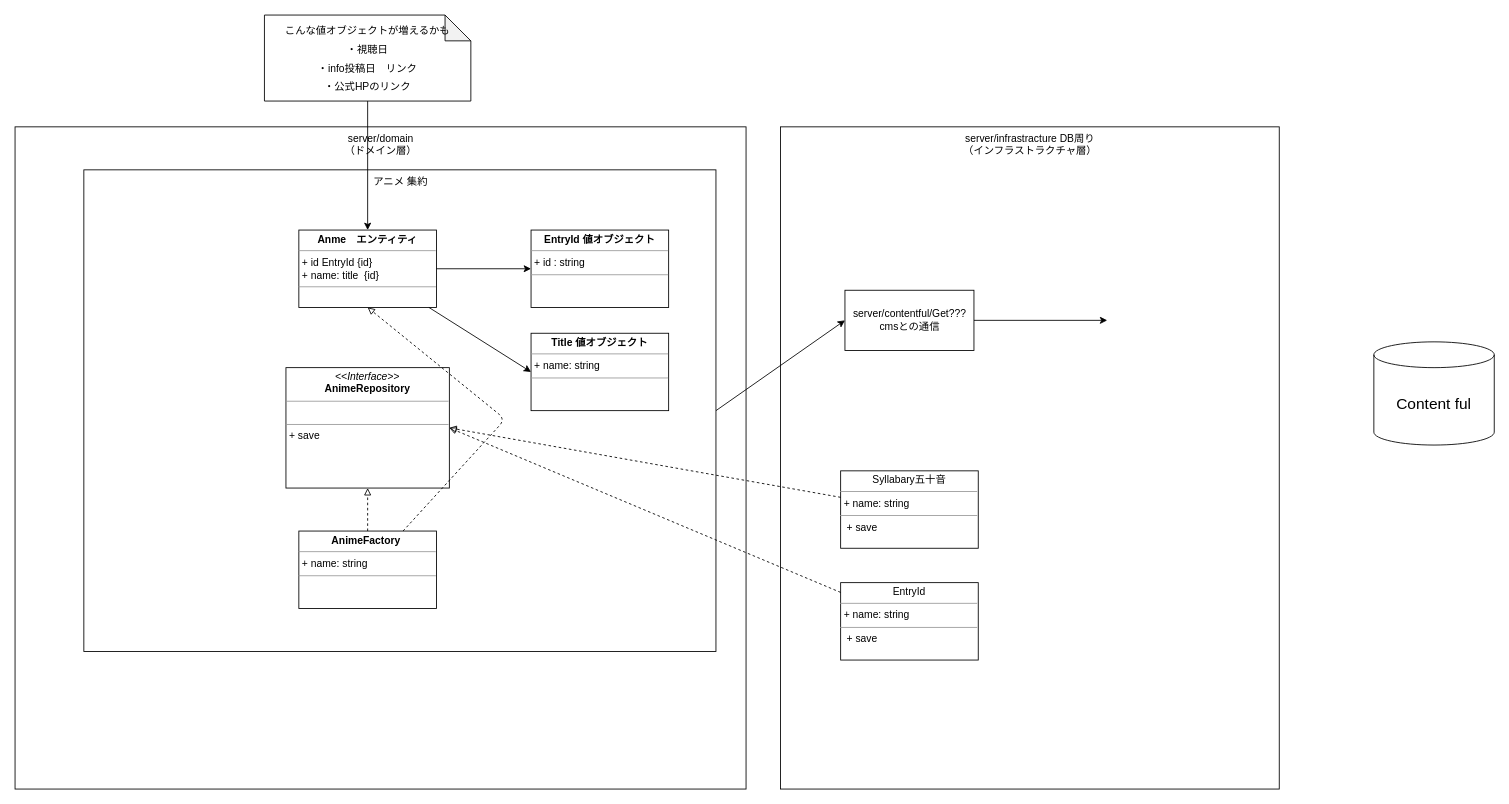
This is page "ページ2" (2 of 2) of docs/diagram.drawio from motoo1789/HP_Nuxt3, a draw.io file, before an edit. Source tidied: cells renumbered, new cells numbered last; positions are measured from the earlier drawing's top-left corner, leaving out a move shared by most shapes. Both pictures are drawn from the tidied source at 86%, with x=0, y=0 at pixel (15, 15).
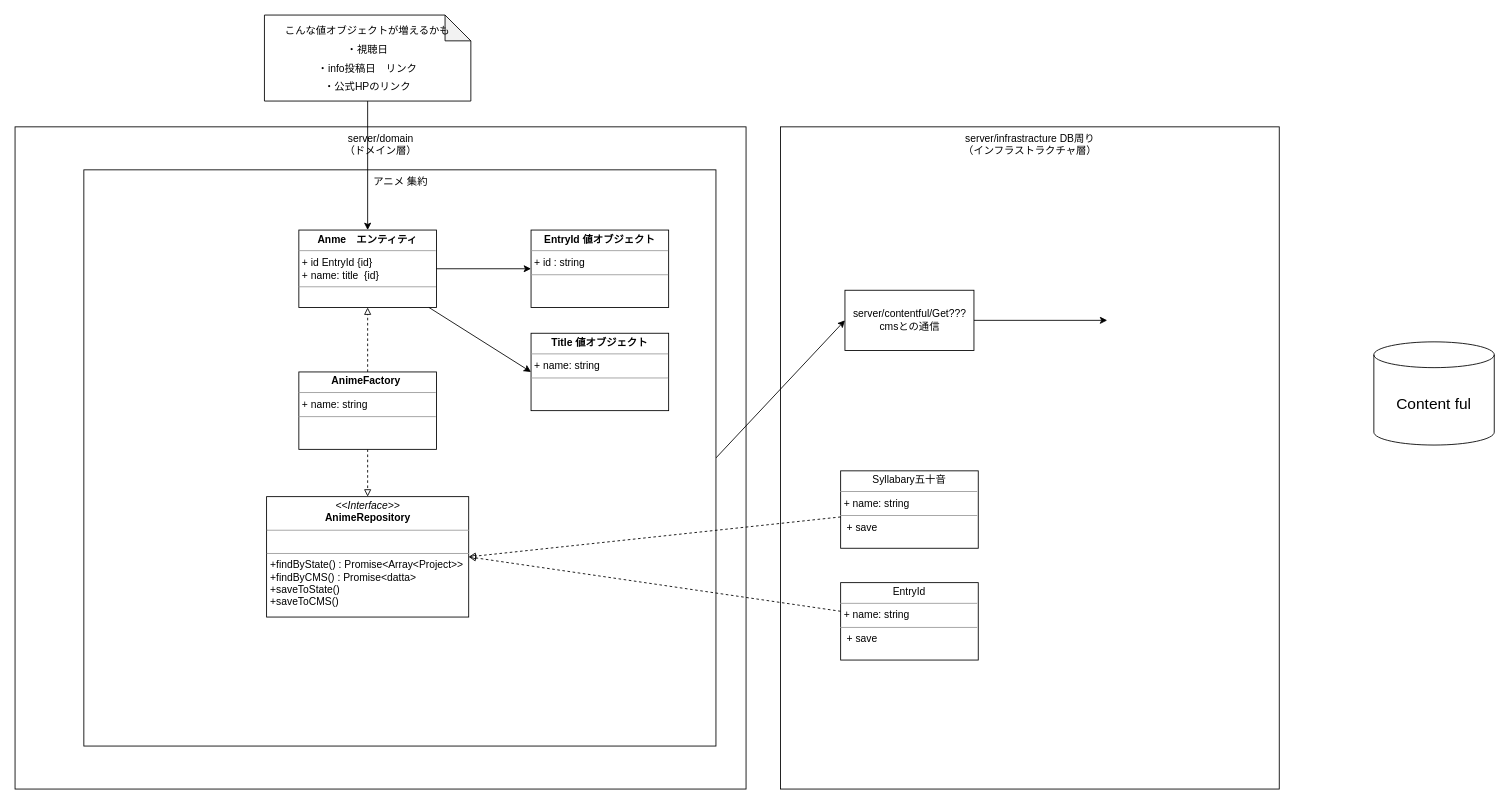
After the change.

Unchanged cells that the change refers to:
```xml
<mxCell id="12" value="&lt;p style=&quot;margin:0px;margin-top:4px;text-align:center;&quot;&gt;&lt;b&gt;Anme　エンティティ&lt;/b&gt;&lt;/p&gt;&lt;hr size=&quot;1&quot;&gt;&lt;p style=&quot;margin:0px;margin-left:4px;&quot;&gt;+ id EntryId {id}&lt;/p&gt;&lt;p style=&quot;margin:0px;margin-left:4px;&quot;&gt;+ name: title&amp;nbsp; {id}&lt;/p&gt;&lt;hr size=&quot;1&quot;&gt;&lt;p style=&quot;margin:0px;margin-left:4px;&quot;&gt;&lt;br&gt;&lt;/p&gt;" style="verticalAlign=top;align=left;overflow=fill;fontSize=12;fontFamily=Helvetica;html=1;" parent="1" vertex="1">
  <mxGeometry x="330" y="250" width="160" height="90" as="geometry" />
</mxCell>
```

The edit, as a diff of the source:
```diff
@@
     <mxCell id="11" value="アニメ 集約" style="html=1;verticalAlign=top;" parent="1" vertex="1">
-      <mxGeometry x="80" y="180" width="735" height="560" as="geometry" />
+      <mxGeometry x="80" y="180" width="735" height="670" as="geometry" />
     </mxCell>
@@
-    <mxCell id="14" value="&lt;p style=&quot;margin:0px;margin-top:4px;text-align:center;&quot;&gt;&lt;i&gt;&amp;lt;&amp;lt;Interface&amp;gt;&amp;gt;&lt;/i&gt;&lt;br&gt;&lt;b&gt;AnimeRepository&lt;/b&gt;&lt;/p&gt;&lt;hr size=&quot;1&quot;&gt;&lt;p style=&quot;margin:0px;margin-left:4px;&quot;&gt;&lt;br&gt;&lt;/p&gt;&lt;hr size=&quot;1&quot;&gt;&lt;p style=&quot;margin:0px;margin-left:4px;&quot;&gt;+ save&lt;/p&gt;" style="verticalAlign=top;align=left;overflow=fill;fontSize=12;fontFamily=Helvetica;html=1;" parent="1" vertex="1">
-      <mxGeometry x="315" y="410" width="190" height="140" as="geometry" />
+    <mxCell id="14" value="&lt;p style=&quot;margin:0px;margin-top:4px;text-align:center;&quot;&gt;&lt;i&gt;&amp;lt;&amp;lt;Interface&amp;gt;&amp;gt;&lt;/i&gt;&lt;br&gt;&lt;b&gt;AnimeRepository&lt;/b&gt;&lt;/p&gt;&lt;hr size=&quot;1&quot;&gt;&lt;p style=&quot;margin:0px;margin-left:4px;&quot;&gt;&lt;br&gt;&lt;/p&gt;&lt;hr size=&quot;1&quot;&gt;&lt;p style=&quot;margin:0px;margin-left:4px;&quot;&gt;+findByState() : Promise&amp;lt;Array&amp;lt;Project&amp;gt;&amp;gt;&lt;/p&gt;&lt;p style=&quot;margin:0px;margin-left:4px;&quot;&gt;+findByCMS() : Promise&amp;lt;datta&amp;gt;&lt;/p&gt;&lt;p style=&quot;margin:0px;margin-left:4px;&quot;&gt;+saveToState()&lt;/p&gt;&lt;p style=&quot;margin:0px;margin-left:4px;&quot;&gt;+saveToCMS()&lt;/p&gt;" style="verticalAlign=top;align=left;overflow=fill;fontSize=12;fontFamily=Helvetica;html=1;" parent="1" vertex="1">
+      <mxGeometry x="292.5" y="560" width="235" height="140" as="geometry" />
     </mxCell>
@@
-    <mxCell id="21" style="edgeStyle=none;html=1;entryX=0.5;entryY=1;entryDx=0;entryDy=0;dashed=1;fontSize=12;endArrow=block;endFill=0;" parent="1" edge="1" source="23" target="14">
+    <mxCell id="21" style="edgeStyle=none;html=1;entryX=0.5;entryY=0;entryDx=0;entryDy=0;dashed=1;fontSize=12;endArrow=block;endFill=0;" parent="1" edge="1" source="23" target="14">
       <mxGeometry relative="1" as="geometry" />
     </mxCell>
-    <mxCell id="22" style="edgeStyle=none;html=1;entryX=0.5;entryY=1;entryDx=0;entryDy=0;dashed=1;fontSize=12;endArrow=block;endFill=0;" parent="1" edge="1" source="23" target="12">
-      <mxGeometry relative="1" as="geometry">
-        <Array as="points">
-          <mxPoint x="570" y="470" />
-        </Array>
-      </mxGeometry>
+    <mxCell id="22" style="edgeStyle=none;html=1;entryX=0.5;entryY=1;entryDx=0;entryDy=0;dashed=1;fontSize=12;endArrow=block;endFill=0;exitX=0.5;exitY=0;exitDx=0;exitDy=0;" parent="1" edge="1" source="23" target="12">
+      <mxGeometry relative="1" as="geometry" />
     </mxCell>
     <mxCell id="23" value="&lt;p style=&quot;margin:0px;margin-top:4px;text-align:center;&quot;&gt;&lt;b&gt;AnimeFactory&amp;nbsp;&lt;/b&gt;&lt;/p&gt;&lt;hr size=&quot;1&quot;&gt;&lt;p style=&quot;margin:0px;margin-left:4px;&quot;&gt;&lt;span style=&quot;background-color: initial;&quot;&gt;+ name: string&amp;nbsp;&lt;/span&gt;&lt;br&gt;&lt;/p&gt;&lt;hr size=&quot;1&quot;&gt;&lt;p style=&quot;margin:0px;margin-left:4px;&quot;&gt;&lt;br&gt;&lt;/p&gt;" style="verticalAlign=top;align=left;overflow=fill;fontSize=12;fontFamily=Helvetica;html=1;" parent="1" vertex="1">
-      <mxGeometry x="330" y="600" width="160" height="90" as="geometry" />
+      <mxGeometry x="330" y="415" width="160" height="90" as="geometry" />
     </mxCell>
```
